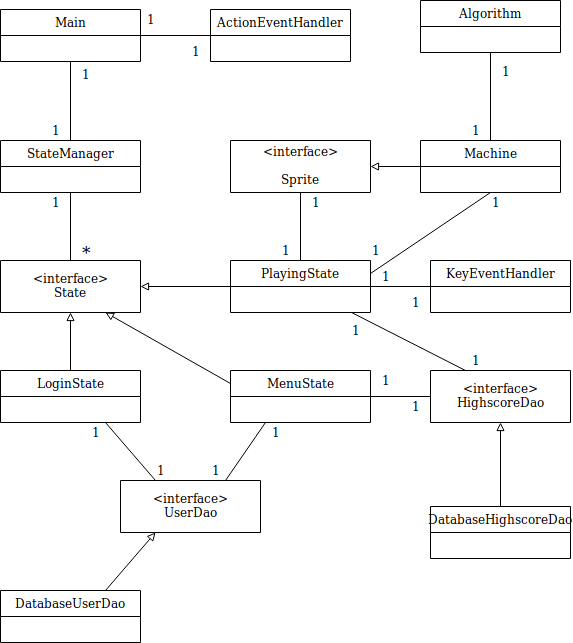
Before: ManVsMachine/dokumentaatio/kuvat/luokkakaavio.png, a diagram exported from draw.io (LauriTahvanainen/ManVsMachine). Source tidied: cells renumbered, new cells last; positions are measured from the earlier drawing's top-left corner, leaving out a move shared by most shapes.
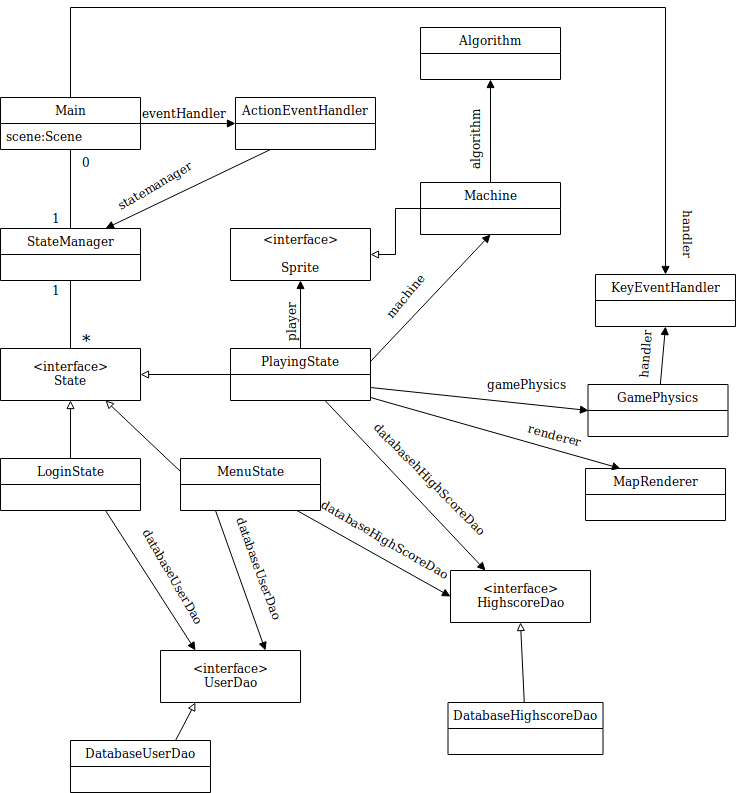
The same file after the commit.

The edit, as a diff of the source:
```diff
@@ -2,14 +2,17 @@
   <root>
     <mxCell id="0" />
     <mxCell id="1" parent="0" />
+    <mxCell id="56" style="edgeStyle=none;rounded=0;jettySize=auto;html=1;exitX=0;exitY=0.5;exitDx=0;exitDy=0;endArrow=none;endFill=0;entryX=1;entryY=0.75;entryDx=0;entryDy=0;startArrow=block;startFill=1;" parent="1" edge="1" source="61" target="20">
+      <mxGeometry relative="1" as="geometry" />
+    </mxCell>
-    <mxCell id="2" style="edgeStyle=none;rounded=0;jettySize=auto;html=1;exitX=0.75;exitY=0;exitDx=0;exitDy=0;entryX=0.25;entryY=1;entryDx=0;entryDy=0;endArrow=none;endFill=0;" parent="1" edge="1" source="4" target="8">
+    <mxCell id="2" style="edgeStyle=none;rounded=0;jettySize=auto;html=1;exitX=0.75;exitY=0;exitDx=0;exitDy=0;entryX=0.25;entryY=1;entryDx=0;entryDy=0;endArrow=none;endFill=0;startArrow=block;startFill=1;" parent="1" edge="1" source="4" target="8">
       <mxGeometry relative="1" as="geometry" />
     </mxCell>
-    <mxCell id="3" style="edgeStyle=none;rounded=0;jettySize=auto;html=1;exitX=0.25;exitY=0;exitDx=0;exitDy=0;entryX=0.75;entryY=1;entryDx=0;entryDy=0;endArrow=none;endFill=0;" parent="1" edge="1" source="4" target="6">
+    <mxCell id="3" style="edgeStyle=none;rounded=0;jettySize=auto;html=1;exitX=0.25;exitY=0;exitDx=0;exitDy=0;entryX=0.75;entryY=1;entryDx=0;entryDy=0;endArrow=none;endFill=0;startArrow=block;startFill=1;" parent="1" edge="1" source="4" target="6">
       <mxGeometry relative="1" as="geometry" />
     </mxCell>
     <mxCell id="4" value="&lt;interface&gt;&#10;UserDao" style="swimlane;fontStyle=0;horizontal=1;startSize=52;fillColor=none;" parent="1" vertex="1">
-      <mxGeometry x="120" y="480" width="140" height="52" as="geometry" />
+      <mxGeometry x="160" y="562" width="140" height="52" as="geometry" />
     </mxCell>
     <mxCell id="5" style="edgeStyle=orthogonalEdgeStyle;rounded=0;jettySize=auto;html=1;exitX=0.5;exitY=0;exitDx=0;exitDy=0;entryX=0.5;entryY=1;entryDx=0;entryDy=0;endArrow=block;endFill=0;" parent="1" edge="1" source="6" target="22">
       <mxGeometry relative="1" as="geometry" />
@@ -21,44 +24,43 @@
       <mxGeometry relative="1" as="geometry" />
     </mxCell>
     <mxCell id="8" value="MenuState" style="swimlane;fontStyle=0;horizontal=1;startSize=26;fillColor=none;" parent="1" vertex="1">
-      <mxGeometry x="230" y="370" width="140" height="52" as="geometry" />
+      <mxGeometry x="180" y="370" width="140" height="52" as="geometry" />
     </mxCell>
-    <mxCell id="9" style="edgeStyle=none;rounded=0;jettySize=auto;html=1;exitX=0.5;exitY=0;exitDx=0;exitDy=0;entryX=0.5;entryY=1;entryDx=0;entryDy=0;endArrow=none;endFill=0;" parent="1" edge="1" source="10" target="18">
-      <mxGeometry relative="1" as="geometry" />
+    <mxCell id="9" style="edgeStyle=none;rounded=0;jettySize=auto;html=1;exitX=0.5;exitY=0;exitDx=0;exitDy=0;entryX=0.5;entryY=1;entryDx=0;entryDy=0;endArrow=none;endFill=0;" parent="1" edge="1" source="10">
+      <mxGeometry relative="1" as="geometry">
+        <mxPoint x="70" y="61" as="targetPoint" />
+      </mxGeometry>
     </mxCell>
+    <mxCell id="57" style="edgeStyle=none;rounded=0;jettySize=auto;html=1;exitX=0.75;exitY=0;exitDx=0;exitDy=0;entryX=0.25;entryY=1;entryDx=0;entryDy=0;endArrow=none;endFill=0;startArrow=block;startFill=1;" parent="1" edge="1" source="10" target="49">
+      <mxGeometry relative="1" as="geometry" />
+    </mxCell>
     <mxCell id="10" value="StateManager" style="swimlane;fontStyle=0;horizontal=1;startSize=26;fillColor=none;" parent="1" vertex="1">
       <mxGeometry y="140" width="140" height="52" as="geometry" />
     </mxCell>
     <mxCell id="11" style="edgeStyle=orthogonalEdgeStyle;rounded=0;jettySize=auto;html=1;exitX=0;exitY=0.5;exitDx=0;exitDy=0;entryX=1;entryY=0.5;entryDx=0;entryDy=0;endArrow=block;endFill=0;" parent="1" edge="1" source="13" target="15">
       <mxGeometry relative="1" as="geometry" />
     </mxCell>
-    <mxCell id="12" style="edgeStyle=none;rounded=0;jettySize=auto;html=1;exitX=0.5;exitY=1;exitDx=0;exitDy=0;entryX=1;entryY=0.25;entryDx=0;entryDy=0;endArrow=none;endFill=0;" parent="1" edge="1" source="13" target="20">
+    <mxCell id="12" style="edgeStyle=none;rounded=0;jettySize=auto;html=1;exitX=0.5;exitY=1;exitDx=0;exitDy=0;entryX=1;entryY=0.25;entryDx=0;entryDy=0;endArrow=none;endFill=0;startArrow=block;startFill=1;" parent="1" edge="1" source="13" target="20">
       <mxGeometry relative="1" as="geometry" />
     </mxCell>
     <mxCell id="13" value="Machine" style="swimlane;fontStyle=0;horizontal=1;startSize=26;fillColor=none;" parent="1" vertex="1">
-      <mxGeometry x="420" y="140" width="140" height="52" as="geometry" />
+      <mxGeometry x="420" y="94" width="140" height="52" as="geometry" />
     </mxCell>
-    <mxCell id="14" style="edgeStyle=none;rounded=0;jettySize=auto;html=1;exitX=0.5;exitY=1;exitDx=0;exitDy=0;entryX=0.5;entryY=0;entryDx=0;entryDy=0;endArrow=none;endFill=0;" parent="1" edge="1" source="15" target="20">
+    <mxCell id="14" style="edgeStyle=none;rounded=0;jettySize=auto;html=1;exitX=0.5;exitY=1;exitDx=0;exitDy=0;entryX=0.5;entryY=0;entryDx=0;entryDy=0;endArrow=none;endFill=0;startArrow=block;startFill=1;" parent="1" edge="1" source="15" target="20">
       <mxGeometry relative="1" as="geometry" />
     </mxCell>
     <mxCell id="15" value="&lt;interface&gt;&#10;&#10;Sprite" style="swimlane;fontStyle=0;horizontal=1;startSize=52;fillColor=none;" parent="1" vertex="1">
       <mxGeometry x="230" y="140" width="140" height="52" as="geometry" />
     </mxCell>
-    <mxCell id="16" style="edgeStyle=none;rounded=0;jettySize=auto;html=1;exitX=0.5;exitY=1;exitDx=0;exitDy=0;entryX=0.5;entryY=0;entryDx=0;entryDy=0;endArrow=none;endFill=0;" parent="1" edge="1" source="17" target="13">
+    <mxCell id="16" style="edgeStyle=none;rounded=0;jettySize=auto;html=1;exitX=0.5;exitY=1;exitDx=0;exitDy=0;entryX=0.5;entryY=0;entryDx=0;entryDy=0;endArrow=none;endFill=0;startArrow=block;startFill=1;" parent="1" edge="1" source="17" target="13">
       <mxGeometry relative="1" as="geometry" />
     </mxCell>
     <mxCell id="17" value="Algorithm" style="swimlane;fontStyle=0;horizontal=1;startSize=26;fillColor=none;" parent="1" vertex="1">
-      <mxGeometry x="420" width="140" height="52" as="geometry" />
+      <mxGeometry x="420" y="-61" width="140" height="52" as="geometry" />
     </mxCell>
-    <mxCell id="18" value="Main" style="swimlane;fontStyle=0;horizontal=1;startSize=26;fillColor=none;" parent="1" vertex="1">
-      <mxGeometry y="9" width="140" height="52" as="geometry" />
-    </mxCell>
     <mxCell id="19" style="edgeStyle=orthogonalEdgeStyle;rounded=0;jettySize=auto;html=1;exitX=0;exitY=0.5;exitDx=0;exitDy=0;entryX=1;entryY=0.5;entryDx=0;entryDy=0;endArrow=block;endFill=0;" parent="1" edge="1" source="20" target="22">
       <mxGeometry relative="1" as="geometry" />
     </mxCell>
-    <mxCell id="20" value="PlayingState" style="swimlane;fontStyle=0;horizontal=1;startSize=26;fillColor=none;" parent="1" vertex="1">
-      <mxGeometry x="230" y="260" width="140" height="52" as="geometry" />
-    </mxCell>
     <mxCell id="21" style="edgeStyle=none;rounded=0;jettySize=auto;html=1;exitX=0.5;exitY=0;exitDx=0;exitDy=0;entryX=0.5;entryY=1;entryDx=0;entryDy=0;endArrow=none;endFill=0;" parent="1" edge="1" source="22" target="10">
       <mxGeometry relative="1" as="geometry" />
     </mxCell>
@@ -74,95 +76,111 @@
     <mxCell id="25" value="1" style="text;html=1;align=left;verticalAlign=top;spacingTop=-4;" parent="1" vertex="1">
       <mxGeometry x="50" y="192" width="20" height="20" as="geometry" />
     </mxCell>
-    <mxCell id="26" value="1" style="text;html=1;align=left;verticalAlign=top;spacingTop=-4;" parent="1" vertex="1">
-      <mxGeometry x="470" y="120" width="20" height="20" as="geometry" />
-    </mxCell>
-    <mxCell id="27" value="1" style="text;html=1;align=left;verticalAlign=top;spacingTop=-4;" parent="1" vertex="1">
+    <mxCell id="27" value="0" style="text;html=1;align=left;verticalAlign=top;spacingTop=-4;" parent="1" vertex="1">
       <mxGeometry x="80" y="64" width="20" height="20" as="geometry" />
     </mxCell>
-    <mxCell id="28" value="1" style="text;html=1;align=left;verticalAlign=top;spacingTop=-4;" parent="1" vertex="1">
-      <mxGeometry x="310" y="192" width="20" height="20" as="geometry" />
-    </mxCell>
-    <mxCell id="29" value="1" style="text;html=1;align=left;verticalAlign=top;spacingTop=-4;" parent="1" vertex="1">
-      <mxGeometry x="490" y="192" width="20" height="20" as="geometry" />
-    </mxCell>
-    <mxCell id="30" value="1" style="text;html=1;align=left;verticalAlign=top;spacingTop=-4;" parent="1" vertex="1">
-      <mxGeometry x="370" y="240" width="20" height="20" as="geometry" />
-    </mxCell>
-    <mxCell id="31" value="1" style="text;html=1;align=left;verticalAlign=top;spacingTop=-4;" parent="1" vertex="1">
-      <mxGeometry x="500" y="61" width="20" height="20" as="geometry" />
-    </mxCell>
     <mxCell id="32" style="edgeStyle=none;rounded=0;jettySize=auto;html=1;exitX=0.75;exitY=0;exitDx=0;exitDy=0;entryX=0.25;entryY=1;entryDx=0;entryDy=0;endArrow=block;endFill=0;" parent="1" edge="1" source="33" target="4">
       <mxGeometry relative="1" as="geometry" />
     </mxCell>
     <mxCell id="33" value="DatabaseUserDao" style="swimlane;fontStyle=0;horizontal=1;startSize=26;fillColor=none;" parent="1" vertex="1">
-      <mxGeometry y="590" width="140" height="52" as="geometry" />
+      <mxGeometry x="70" y="652" width="140" height="52" as="geometry" />
     </mxCell>
     <mxCell id="34" style="edgeStyle=none;rounded=0;jettySize=auto;html=1;entryX=0.5;entryY=1;entryDx=0;entryDy=0;endArrow=block;endFill=0;" parent="1" edge="1" source="35" target="43">
       <mxGeometry relative="1" as="geometry" />
     </mxCell>
     <mxCell id="35" value="DatabaseHighscoreDao" style="swimlane;fontStyle=0;horizontal=1;startSize=26;fillColor=none;" parent="1" vertex="1">
-      <mxGeometry x="430" y="506" width="140" height="52" as="geometry" />
+      <mxGeometry x="447.5" y="614" width="155" height="52" as="geometry" />
     </mxCell>
-    <mxCell id="36" value="1" style="text;html=1;align=left;verticalAlign=top;spacingTop=-4;" parent="1" vertex="1">
-      <mxGeometry x="280" y="240" width="20" height="20" as="geometry" />
-    </mxCell>
-    <mxCell id="37" value="1" style="text;html=1;align=left;verticalAlign=top;spacingTop=-4;" parent="1" vertex="1">
-      <mxGeometry x="210" y="460" width="20" height="20" as="geometry" />
-    </mxCell>
-    <mxCell id="38" value="1" style="text;html=1;align=left;verticalAlign=top;spacingTop=-4;" parent="1" vertex="1">
-      <mxGeometry x="155" y="460" width="20" height="20" as="geometry" />
-    </mxCell>
-    <mxCell id="39" value="1" style="text;html=1;align=left;verticalAlign=top;spacingTop=-4;" parent="1" vertex="1">
-      <mxGeometry x="90" y="422" width="20" height="20" as="geometry" />
-    </mxCell>
-    <mxCell id="40" value="1" style="text;html=1;align=left;verticalAlign=top;spacingTop=-4;" parent="1" vertex="1">
-      <mxGeometry x="270" y="422" width="20" height="20" as="geometry" />
-    </mxCell>
-    <mxCell id="41" style="edgeStyle=none;rounded=0;jettySize=auto;html=1;exitX=0;exitY=0.5;exitDx=0;exitDy=0;endArrow=none;endFill=0;" parent="1" edge="1" source="43" target="8">
+    <mxCell id="41" style="edgeStyle=none;rounded=0;jettySize=auto;html=1;exitX=0;exitY=0.5;exitDx=0;exitDy=0;endArrow=none;endFill=0;startArrow=block;startFill=1;" parent="1" edge="1" source="43" target="8">
       <mxGeometry relative="1" as="geometry" />
     </mxCell>
-    <mxCell id="42" style="edgeStyle=none;rounded=0;jettySize=auto;html=1;exitX=0.25;exitY=0;exitDx=0;exitDy=0;endArrow=none;endFill=0;" parent="1" edge="1" source="43" target="20">
+    <mxCell id="42" style="edgeStyle=none;rounded=0;jettySize=auto;html=1;exitX=0.25;exitY=0;exitDx=0;exitDy=0;endArrow=none;endFill=0;startArrow=block;startFill=1;" parent="1" edge="1" source="43" target="20">
       <mxGeometry relative="1" as="geometry" />
     </mxCell>
     <mxCell id="43" value="&lt;interface&gt;&#10;HighscoreDao" style="swimlane;fontStyle=0;horizontal=1;startSize=52;fillColor=none;" parent="1" vertex="1">
-      <mxGeometry x="430" y="370" width="140" height="52" as="geometry" />
+      <mxGeometry x="450" y="482" width="140" height="52" as="geometry" />
     </mxCell>
-    <mxCell id="44" value="1" style="text;html=1;align=left;verticalAlign=top;spacingTop=-4;" parent="1" vertex="1">
-      <mxGeometry x="350" y="320" width="20" height="20" as="geometry" />
-    </mxCell>
-    <mxCell id="45" value="1" style="text;html=1;align=left;verticalAlign=top;spacingTop=-4;" parent="1" vertex="1">
-      <mxGeometry x="380" y="370" width="20" height="20" as="geometry" />
-    </mxCell>
-    <mxCell id="46" value="1" style="text;html=1;align=left;verticalAlign=top;spacingTop=-4;" parent="1" vertex="1">
-      <mxGeometry x="410" y="396" width="20" height="20" as="geometry" />
-    </mxCell>
-    <mxCell id="47" value="1" style="text;html=1;align=left;verticalAlign=top;spacingTop=-4;" parent="1" vertex="1">
-      <mxGeometry x="470" y="350" width="20" height="20" as="geometry" />
-    </mxCell>
-    <mxCell id="48" style="edgeStyle=none;rounded=0;jettySize=auto;html=1;exitX=0;exitY=0.5;exitDx=0;exitDy=0;entryX=1;entryY=0.5;entryDx=0;entryDy=0;endArrow=none;endFill=0;" parent="1" edge="1" source="49" target="18">
-      <mxGeometry relative="1" as="geometry" />
+    <mxCell id="48" style="edgeStyle=none;rounded=0;jettySize=auto;html=1;exitX=0;exitY=0.5;exitDx=0;exitDy=0;entryX=1;entryY=0.5;entryDx=0;entryDy=0;endArrow=none;endFill=0;startArrow=block;startFill=1;" parent="1" edge="1" source="49">
+      <mxGeometry relative="1" as="geometry">
+        <mxPoint x="140" y="35" as="targetPoint" />
+      </mxGeometry>
     </mxCell>
     <mxCell id="49" value="ActionEventHandler" style="swimlane;fontStyle=0;horizontal=1;startSize=26;fillColor=none;" parent="1" vertex="1">
-      <mxGeometry x="210" y="9" width="140" height="52" as="geometry" />
+      <mxGeometry x="235" y="9" width="140" height="52" as="geometry" />
     </mxCell>
-    <mxCell id="50" value="1" style="text;html=1;align=left;verticalAlign=top;spacingTop=-4;" parent="1" vertex="1">
-      <mxGeometry x="190" y="41" width="20" height="20" as="geometry" />
-    </mxCell>
-    <mxCell id="51" value="1" style="text;html=1;align=left;verticalAlign=top;spacingTop=-4;" parent="1" vertex="1">
-      <mxGeometry x="145" y="9" width="20" height="20" as="geometry" />
-    </mxCell>
-    <mxCell id="52" style="edgeStyle=none;rounded=0;jettySize=auto;html=1;exitX=0;exitY=0.5;exitDx=0;exitDy=0;entryX=1;entryY=0.5;entryDx=0;entryDy=0;endArrow=none;endFill=0;" parent="1" edge="1" source="53" target="20">
-      <mxGeometry relative="1" as="geometry" />
-    </mxCell>
+    <mxCell id="58" style="edgeStyle=orthogonalEdgeStyle;rounded=0;jettySize=auto;html=1;exitX=0.5;exitY=0;exitDx=0;exitDy=0;entryX=0.5;entryY=0;entryDx=0;entryDy=0;endArrow=none;endFill=0;startArrow=block;startFill=1;" parent="1" edge="1" source="53">
+      <mxGeometry relative="1" as="geometry">
+        <mxPoint x="70" y="9" as="targetPoint" />
+        <Array as="points">
+          <mxPoint x="665" y="-81" />
+          <mxPoint x="70" y="-81" />
+        </Array>
+      </mxGeometry>
+    </mxCell>
+    <mxCell id="59" style="edgeStyle=none;rounded=0;jettySize=auto;html=1;exitX=0.5;exitY=1;exitDx=0;exitDy=0;endArrow=none;endFill=0;startArrow=block;startFill=1;" parent="1" edge="1" source="53" target="61">
+      <mxGeometry relative="1" as="geometry" />
+    </mxCell>
     <mxCell id="53" value="KeyEventHandler" style="swimlane;fontStyle=0;horizontal=1;startSize=26;fillColor=none;" parent="1" vertex="1">
-      <mxGeometry x="430" y="260" width="140" height="52" as="geometry" />
+      <mxGeometry x="595" y="186" width="140" height="52" as="geometry" />
     </mxCell>
-    <mxCell id="54" value="1" style="text;html=1;align=left;verticalAlign=top;spacingTop=-4;" parent="1" vertex="1">
-      <mxGeometry x="410" y="292" width="20" height="20" as="geometry" />
-    </mxCell>
-    <mxCell id="55" value="1" style="text;html=1;align=left;verticalAlign=top;spacingTop=-4;" parent="1" vertex="1">
-      <mxGeometry x="380" y="266" width="20" height="20" as="geometry" />
-    </mxCell>
+    <mxCell id="18" value="Main" style="swimlane;fontStyle=0;horizontal=1;startSize=26;fillColor=none;" parent="1" vertex="1">
+      <mxGeometry y="9" width="140" height="52" as="geometry" />
+    </mxCell>
+    <mxCell id="60" value="scene:Scene" style="text;strokeColor=none;fillColor=none;align=left;verticalAlign=top;spacingLeft=4;spacingRight=4;overflow=hidden;" parent="18" vertex="1">
+      <mxGeometry y="26" width="140" height="26" as="geometry" />
+    </mxCell>
+    <mxCell id="61" value="GamePhysics" style="swimlane;fontStyle=0;horizontal=1;startSize=26;fillColor=none;" parent="1" vertex="1">
+      <mxGeometry x="587.5" y="296" width="140" height="52" as="geometry" />
+    </mxCell>
+    <mxCell id="62" style="rounded=0;jettySize=auto;html=1;exitX=0.25;exitY=0;exitDx=0;exitDy=0;endArrow=none;endFill=0;startArrow=block;startFill=1;" parent="1" edge="1" source="63">
+      <mxGeometry relative="1" as="geometry">
+        <mxPoint x="370" y="309" as="targetPoint" />
+      </mxGeometry>
+    </mxCell>
+    <mxCell id="63" value="MapRenderer" style="swimlane;fontStyle=0;horizontal=1;startSize=26;fillColor=none;" parent="1" vertex="1">
+      <mxGeometry x="585" y="380" width="140" height="52" as="geometry" />
+    </mxCell>
+    <mxCell id="20" value="PlayingState" style="swimlane;fontStyle=0;horizontal=1;startSize=26;fillColor=none;" parent="1" vertex="1">
+      <mxGeometry x="230" y="260" width="140" height="52" as="geometry" />
+    </mxCell>
+    <mxCell id="64" value="renderer" style="text;html=1;align=left;verticalAlign=top;spacingTop=-4;rotation=15;" parent="1" vertex="1">
+      <mxGeometry x="525" y="338" width="70" height="20" as="geometry" />
+    </mxCell>
+    <mxCell id="65" value="gamePhysics" style="text;html=1;align=left;verticalAlign=top;spacingTop=-4;" parent="1" vertex="1">
+      <mxGeometry x="485" y="286" width="90" height="20" as="geometry" />
+    </mxCell>
+    <mxCell id="66" value="statemanager" style="text;html=1;align=left;verticalAlign=top;spacingTop=-4;rotation=-30;" parent="1" vertex="1">
+      <mxGeometry x="110" y="84" width="100" height="20" as="geometry" />
+    </mxCell>
+    <mxCell id="67" value="handler" style="text;html=1;align=left;verticalAlign=top;spacingTop=-4;rotation=-85;" parent="1" vertex="1">
+      <mxGeometry x="615" y="252" width="60" height="20" as="geometry" />
+    </mxCell>
+    <mxCell id="68" value="handler" style="text;html=1;align=left;verticalAlign=top;spacingTop=-4;rotation=91;" parent="1" vertex="1">
+      <mxGeometry x="657.5" y="140" width="60" height="20" as="geometry" />
+    </mxCell>
+    <mxCell id="69" value="databasehHighScoreDao" style="text;html=1;align=left;verticalAlign=top;spacingTop=-4;rotation=45;" parent="1" vertex="1">
+      <mxGeometry x="350" y="386" width="170" height="20" as="geometry" />
+    </mxCell>
+    <mxCell id="70" value="databaseHighScoreDao" style="text;html=1;align=left;verticalAlign=top;spacingTop=-4;rotation=30;" parent="1" vertex="1">
+      <mxGeometry x="310" y="444" width="160" height="20" as="geometry" />
+    </mxCell>
+    <mxCell id="71" value="eventHandler" style="text;html=1;align=left;verticalAlign=top;spacingTop=-4;" parent="1" vertex="1">
+      <mxGeometry x="140" y="15" width="100" height="20" as="geometry" />
+    </mxCell>
+    <mxCell id="72" value="player" style="text;html=1;align=left;verticalAlign=top;spacingTop=-4;rotation=-90;" parent="1" vertex="1">
+      <mxGeometry x="266" y="220" width="50" height="20" as="geometry" />
+    </mxCell>
+    <mxCell id="73" value="machine" style="text;html=1;align=left;verticalAlign=top;spacingTop=-4;rotation=-50;" parent="1" vertex="1">
+      <mxGeometry x="375" y="192" width="70" height="20" as="geometry" />
+    </mxCell>
+    <mxCell id="74" value="databaseUserDao" style="text;html=1;align=left;verticalAlign=top;spacingTop=-4;rotation=60;" parent="1" vertex="1">
+      <mxGeometry x="115" y="482" width="120" height="20" as="geometry" />
+    </mxCell>
+    <mxCell id="75" value="databaseUserDao" style="text;html=1;align=left;verticalAlign=top;spacingTop=-4;rotation=70;" parent="1" vertex="1">
+      <mxGeometry x="200" y="474" width="120" height="20" as="geometry" />
+    </mxCell>
+    <mxCell id="76" value="&lt;div&gt;algorithm&lt;/div&gt;&lt;div&gt;&lt;br&gt;&lt;/div&gt;" style="text;html=1;align=left;verticalAlign=top;spacingTop=-4;rotation=-90;" parent="1" vertex="1">
+      <mxGeometry x="440" y="27.5" width="80" height="30" as="geometry" />
+    </mxCell>
   </root>
 </mxGraphModel>
```
